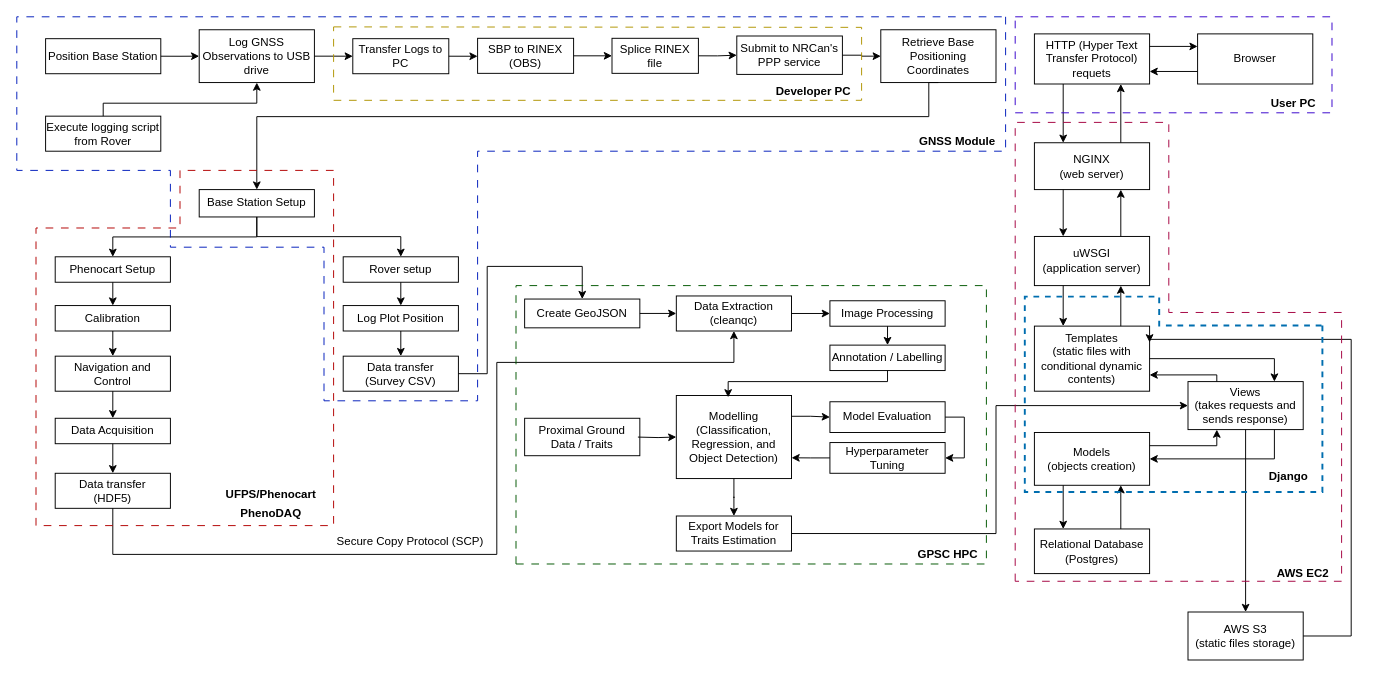
Above: Untitled Diagram.drawio in prabaharravichandran/Workflow (draw.io), before the change. Source tidied: cells renumbered, new cells numbered last; positions are measured from the earlier drawing's top-left corner, leaving out a move shared by most shapes. Both pictures are drawn from the tidied source at 96%, with x=0, y=0 at pixel (16, 16).
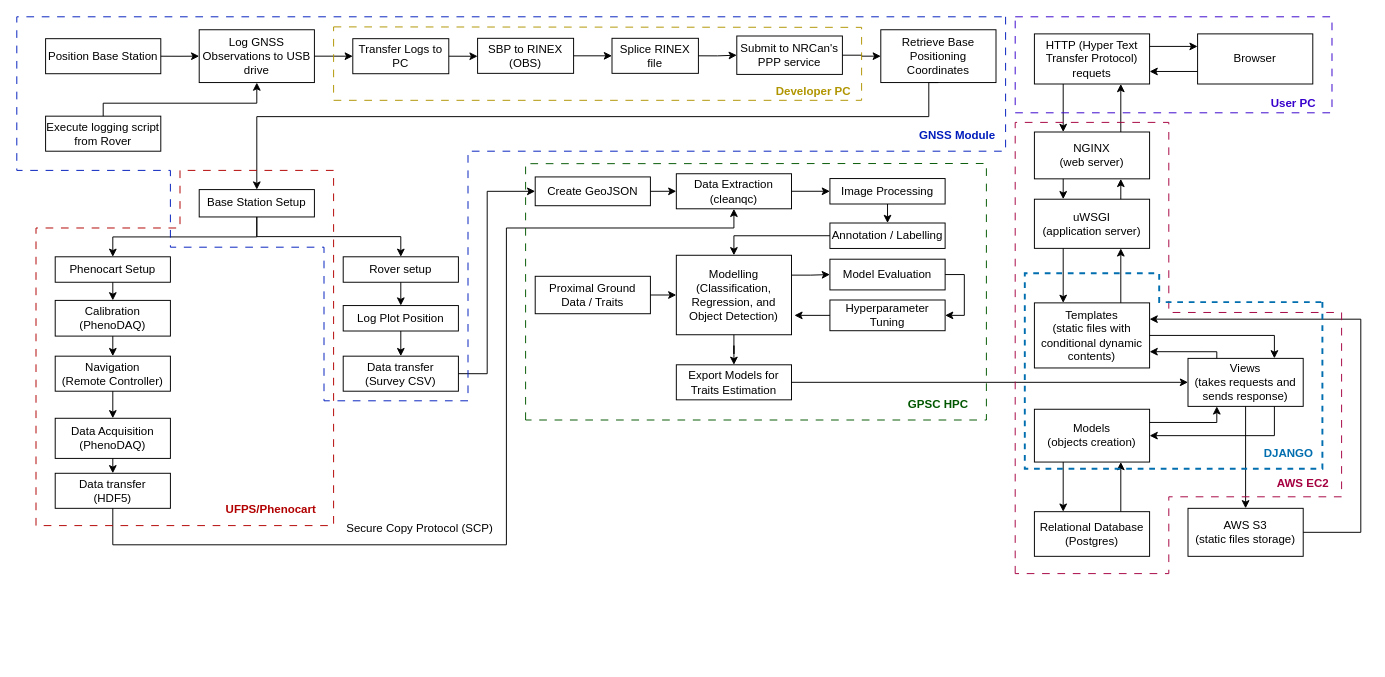
The same diagram, later.

The change refers to these unchanged cells:
```xml
<mxCell id="28" value="Data transfer&lt;br&gt;(HDF5)" style="rounded=0;whiteSpace=wrap;html=1;fillColor=none;" parent="1" vertex="1">
  <mxGeometry x="40" y="475.5" width="120" height="36.5" as="geometry" />
</mxCell>
<mxCell id="34" value="Data transfer &lt;br&gt;(Survey CSV)" style="rounded=0;whiteSpace=wrap;html=1;fillColor=none;" parent="1" vertex="1">
  <mxGeometry x="340" y="353.5" width="120" height="36.5" as="geometry" />
</mxCell>
```

What changed in the source:
```diff
@@
-    <mxCell id="22" value="Calibration" style="rounded=0;whiteSpace=wrap;html=1;fillColor=none;" parent="1" vertex="1">
-      <mxGeometry x="40" y="300.8" width="120" height="26.5" as="geometry" />
+    <mxCell id="22" value="Calibration&lt;br&gt;(PhenoDAQ)" style="rounded=0;whiteSpace=wrap;html=1;fillColor=none;" parent="1" vertex="1">
+      <mxGeometry x="40" y="295.4" width="120" height="37.2" as="geometry" />
     </mxCell>
@@
-    <mxCell id="24" value="Navigation and Control" style="rounded=0;whiteSpace=wrap;html=1;fillColor=none;" parent="1" vertex="1">
+    <mxCell id="24" value="Navigation&lt;br&gt;(Remote Controller)" style="rounded=0;whiteSpace=wrap;html=1;fillColor=none;" parent="1" vertex="1">
       <mxGeometry x="40" y="353.5" width="120" height="36.5" as="geometry" />
     </mxCell>
@@
-    <mxCell id="26" value="Data Acquisition" style="rounded=0;whiteSpace=wrap;html=1;fillColor=none;" parent="1" vertex="1">
-      <mxGeometry x="40" y="418.2" width="120" height="26.5" as="geometry" />
+    <mxCell id="26" value="Data Acquisition&lt;br&gt;(PhenoDAQ)" style="rounded=0;whiteSpace=wrap;html=1;fillColor=none;" parent="1" vertex="1">
+      <mxGeometry x="40" y="418.2" width="120" height="41.8" as="geometry" />
     </mxCell>
-    <mxCell id="27" style="edgeStyle=orthogonalEdgeStyle;rounded=0;jettySize=auto;html=1;exitX=0.5;exitY=1;exitDx=0;exitDy=0;entryX=0.5;entryY=1;entryDx=0;entryDy=0;" parent="1" edge="1" source="28" target="38">
+    <mxCell id="27" style="edgeStyle=orthogonalEdgeStyle;rounded=0;jettySize=auto;html=1;exitX=0.5;exitY=1;exitDx=0;exitDy=0;" parent="1" edge="1" source="28" target="38">
       <mxGeometry relative="1" as="geometry">
         <Array as="points">
-          <mxPoint x="100" y="560" />
-          <mxPoint x="500" y="560" />
-          <mxPoint x="500" y="360" />
-          <mxPoint x="747" y="360" />
+          <mxPoint x="100" y="550" />
+          <mxPoint x="510" y="550" />
+          <mxPoint x="510" y="220" />
+          <mxPoint x="747" y="220" />
         </Array>
       </mxGeometry>
     </mxCell>
@@
-    <mxCell id="33" style="edgeStyle=orthogonalEdgeStyle;rounded=0;jettySize=auto;html=1;exitX=1;exitY=0.5;exitDx=0;exitDy=0;entryX=0.5;entryY=0;entryDx=0;entryDy=0;" parent="1" edge="1" source="34" target="36">
+    <mxCell id="33" style="edgeStyle=orthogonalEdgeStyle;rounded=0;jettySize=auto;html=1;exitX=1;exitY=0.5;exitDx=0;exitDy=0;entryX=0;entryY=0.5;entryDx=0;entryDy=0;" parent="1" edge="1" source="34" target="36">
       <mxGeometry relative="1" as="geometry">
         <Array as="points">
           <mxPoint x="490" y="372" />
-          <mxPoint x="490" y="260" />
-          <mxPoint x="589" y="260" />
+          <mxPoint x="490" y="182" />
         </Array>
       </mxGeometry>
     </mxCell>
@@
     <mxCell id="36" value="Create GeoJSON" style="rounded=0;whiteSpace=wrap;html=1;fillColor=none;" parent="1" vertex="1">
-      <mxGeometry x="529" y="294" width="120" height="30" as="geometry" />
+      <mxGeometry x="540" y="166.8" width="120" height="30" as="geometry" />
     </mxCell>
@@
     <mxCell id="38" value="Data Extraction&lt;br&gt;(cleanqc)" style="rounded=0;whiteSpace=wrap;html=1;fillColor=none;" parent="1" vertex="1">
-      <mxGeometry x="687" y="290.8" width="120" height="36.5" as="geometry" />
+      <mxGeometry x="687" y="163.5" width="120" height="36.5" as="geometry" />
     </mxCell>
@@
     <mxCell id="40" value="Image Processing" style="rounded=0;whiteSpace=wrap;html=1;fillColor=none;" parent="1" vertex="1">
-      <mxGeometry x="847" y="295.8" width="120" height="26.5" as="geometry" />
+      <mxGeometry x="847" y="168.5" width="120" height="26.5" as="geometry" />
     </mxCell>
+    <mxCell id="53" style="edgeStyle=orthogonalEdgeStyle;rounded=0;jettySize=auto;html=1;exitX=0;exitY=0.5;exitDx=0;exitDy=0;entryX=0.5;entryY=0;entryDx=0;entryDy=0;" parent="1" edge="1" source="41" target="44">
+      <mxGeometry relative="1" as="geometry" />
+    </mxCell>
     <mxCell id="41" value="Annotation / Labelling" style="rounded=0;whiteSpace=wrap;html=1;fillColor=none;" parent="1" vertex="1">
-      <mxGeometry x="847" y="342" width="120" height="26.5" as="geometry" />
+      <mxGeometry x="847" y="214.8" width="120" height="26.5" as="geometry" />
     </mxCell>
@@
     <mxCell id="44" value="Modelling (Classification, Regression, and Object Detection)" style="rounded=0;whiteSpace=wrap;html=1;fillColor=none;" parent="1" vertex="1">
-      <mxGeometry x="687" y="394.5" width="120" height="86.5" as="geometry" />
+      <mxGeometry x="687" y="248.4" width="120" height="82.8" as="geometry" />
     </mxCell>
-    <mxCell id="45" style="edgeStyle=orthogonalEdgeStyle;rounded=0;jettySize=auto;html=1;exitX=1;exitY=0.5;exitDx=0;exitDy=0;entryX=0;entryY=0.5;entryDx=0;entryDy=0;" parent="1" edge="1" target="44">
-      <mxGeometry relative="1" as="geometry">
-        <mxPoint x="647" y="437.8" as="sourcePoint" />
-      </mxGeometry>
-    </mxCell>
+    <mxCell id="97" style="edgeStyle=orthogonalEdgeStyle;rounded=0;jettySize=auto;html=1;exitX=1;exitY=0.5;exitDx=0;exitDy=0;entryX=0;entryY=0.5;entryDx=0;entryDy=0;" parent="1" edge="1" source="46" target="44">
+      <mxGeometry relative="1" as="geometry" />
+    </mxCell>
     <mxCell id="46" value="Proximal Ground Data / Traits" style="rounded=0;whiteSpace=wrap;html=1;fillColor=none;" parent="1" vertex="1">
-      <mxGeometry x="529" y="418.2" width="120" height="39" as="geometry" />
+      <mxGeometry x="540" y="270.3" width="120" height="39" as="geometry" />
     </mxCell>
@@
     <mxCell id="48" value="Model Evaluation" style="rounded=0;whiteSpace=wrap;html=1;fillColor=none;" parent="1" vertex="1">
-      <mxGeometry x="847" y="401" width="120" height="32" as="geometry" />
+      <mxGeometry x="847" y="252.5" width="120" height="32" as="geometry" />
     </mxCell>
-    <mxCell id="49" style="edgeStyle=orthogonalEdgeStyle;rounded=0;jettySize=auto;html=1;exitX=1;exitY=0.5;exitDx=0;exitDy=0;entryX=0;entryY=0.5;entryDx=0;entryDy=0;" parent="1" edge="1" source="50" target="66">
+    <mxCell id="49" style="edgeStyle=orthogonalEdgeStyle;rounded=0;jettySize=auto;html=1;exitX=1;exitY=0.5;exitDx=0;exitDy=0;" parent="1" edge="1" source="50" target="66">
       <mxGeometry relative="1" as="geometry">
         <Array as="points">
-          <mxPoint x="1020" y="538" />
-          <mxPoint x="1020" y="405" />
+          <mxPoint x="807" y="381" />
         </Array>
       </mxGeometry>
     </mxCell>
     <mxCell id="50" value="Export Models for Traits Estimation" style="rounded=0;whiteSpace=wrap;html=1;fillColor=none;" parent="1" vertex="1">
-      <mxGeometry x="687" y="520" width="120" height="36.5" as="geometry" />
+      <mxGeometry x="687" y="362.5" width="120" height="36.5" as="geometry" />
     </mxCell>
-    <mxCell id="51" style="edgeStyle=orthogonalEdgeStyle;rounded=0;jettySize=auto;html=1;exitX=0;exitY=0.5;exitDx=0;exitDy=0;entryX=1;entryY=0.75;entryDx=0;entryDy=0;" parent="1" edge="1" source="52" target="44">
-      <mxGeometry relative="1" as="geometry" />
-    </mxCell>
+    <mxCell id="98" style="edgeStyle=orthogonalEdgeStyle;rounded=0;jettySize=auto;html=1;exitX=0;exitY=0.5;exitDx=0;exitDy=0;" parent="1" edge="1" source="52">
+      <mxGeometry relative="1" as="geometry">
+        <mxPoint x="810" y="311.1" as="targetPoint" />
+      </mxGeometry>
+    </mxCell>
     <mxCell id="52" value="Hyperparameter Tuning" style="rounded=0;whiteSpace=wrap;html=1;fillColor=none;" parent="1" vertex="1">
-      <mxGeometry x="847" y="443.5" width="120" height="32" as="geometry" />
+      <mxGeometry x="847" y="295" width="120" height="32" as="geometry" />
     </mxCell>
-    <mxCell id="53" style="edgeStyle=orthogonalEdgeStyle;rounded=0;jettySize=auto;html=1;exitX=0.5;exitY=1;exitDx=0;exitDy=0;entryX=0.45;entryY=0.022;entryDx=0;entryDy=0;entryPerimeter=0;" parent="1" edge="1" source="41" target="44">
-      <mxGeometry relative="1" as="geometry">
-        <Array as="points">
-          <mxPoint x="907" y="380" />
-          <mxPoint x="741" y="380" />
-        </Array>
-      </mxGeometry>
-    </mxCell>
@@
     <mxCell id="59" value="NGINX&lt;br&gt;(web server)" style="rounded=0;whiteSpace=wrap;html=1;fillColor=none;" parent="1" vertex="1">
-      <mxGeometry x="1060" y="131.2" width="120" height="48.8" as="geometry" />
+      <mxGeometry x="1060" y="120" width="120" height="48.8" as="geometry" />
     </mxCell>
@@
     <mxCell id="62" value="uWSGI&lt;br&gt;(application server)" style="rounded=0;whiteSpace=wrap;html=1;fillColor=none;" parent="1" vertex="1">
-      <mxGeometry x="1060" y="228.8" width="120" height="51.2" as="geometry" />
+      <mxGeometry x="1060" y="190" width="120" height="51.2" as="geometry" />
     </mxCell>
@@
     <mxCell id="65" style="edgeStyle=orthogonalEdgeStyle;rounded=0;jettySize=auto;html=1;exitX=0.25;exitY=0;exitDx=0;exitDy=0;entryX=1;entryY=0.75;entryDx=0;entryDy=0;" parent="1" edge="1" source="66" target="72">
       <mxGeometry relative="1" as="geometry">
         <Array as="points">
-          <mxPoint x="1250" y="373" />
+          <mxPoint x="1250" y="348.8" />
         </Array>
       </mxGeometry>
     </mxCell>
     <mxCell id="66" value="Views &lt;br&gt;(takes requests and sends response)" style="rounded=0;whiteSpace=wrap;html=1;fillColor=none;" parent="1" vertex="1">
-      <mxGeometry x="1220" y="380" width="120" height="50" as="geometry" />
+      <mxGeometry x="1220" y="355.8" width="120" height="50" as="geometry" />
     </mxCell>
@@
     <mxCell id="68" style="edgeStyle=orthogonalEdgeStyle;rounded=0;jettySize=auto;html=1;exitX=1;exitY=0.25;exitDx=0;exitDy=0;entryX=0.25;entryY=1;entryDx=0;entryDy=0;" parent="1" edge="1" source="69" target="66">
       <mxGeometry relative="1" as="geometry">
         <Array as="points">
-          <mxPoint x="1250" y="447" />
+          <mxPoint x="1250" y="422.8" />
         </Array>
       </mxGeometry>
     </mxCell>
     <mxCell id="69" value="Models&lt;br&gt;(objects creation)" style="rounded=0;whiteSpace=wrap;html=1;fillColor=none;" parent="1" vertex="1">
-      <mxGeometry x="1060" y="433" width="120" height="55" as="geometry" />
+      <mxGeometry x="1060" y="408.8" width="120" height="55" as="geometry" />
     </mxCell>
@@
     <mxCell id="72" value="Templates&lt;br&gt;(static files with conditional dynamic contents)" style="rounded=0;whiteSpace=wrap;html=1;fillColor=none;" parent="1" vertex="1">
-      <mxGeometry x="1060" y="322.2" width="120" height="67.8" as="geometry" />
+      <mxGeometry x="1060" y="298" width="120" height="67.8" as="geometry" />
     </mxCell>
-    <mxCell id="73" style="edgeStyle=orthogonalEdgeStyle;rounded=0;jettySize=auto;html=1;exitX=1;exitY=0.5;exitDx=0;exitDy=0;entryX=1;entryY=0.25;entryDx=0;entryDy=0;" parent="1" edge="1" source="74" target="72">
+    <mxCell id="73" style="edgeStyle=orthogonalEdgeStyle;rounded=0;jettySize=auto;html=1;entryX=1;entryY=0.25;entryDx=0;entryDy=0;" parent="1" edge="1" source="74" target="72">
       <mxGeometry relative="1" as="geometry">
         <Array as="points">
-          <mxPoint x="1390" y="645" />
-          <mxPoint x="1390" y="336" />
+          <mxPoint x="1400" y="537" />
+          <mxPoint x="1400" y="315" />
         </Array>
       </mxGeometry>
     </mxCell>
     <mxCell id="74" value="AWS S3&lt;br&gt;(static files storage)" style="rounded=0;whiteSpace=wrap;html=1;fillColor=none;" parent="1" vertex="1">
-      <mxGeometry x="1220" y="620" width="120" height="50" as="geometry" />
+      <mxGeometry x="1220" y="512" width="120" height="50" as="geometry" />
     </mxCell>
@@
     <mxCell id="76" style="endArrow=none;dashed=1;html=1;rounded=0;fillColor=#0050ef;strokeColor=#001DBC;dashPattern=8 8;" parent="1" edge="1">
       <mxGeometry relative="1" as="geometry">
         <mxPoint x="1030" as="sourcePoint" />
         <mxPoint x="1030" as="targetPoint" />
         <Array as="points">
           <mxPoint x="1030" y="140" />
-          <mxPoint x="480" y="140" />
-          <mxPoint x="480" y="400" />
+          <mxPoint x="470" y="140" />
+          <mxPoint x="470" y="400" />
           <mxPoint x="320" y="400" />
           <mxPoint x="320" y="240" />
           <mxPoint x="160" y="240" />
           <mxPoint x="160" y="160" />
           <mxPoint y="160" />
           <mxPoint />
         </Array>
       </mxGeometry>
     </mxCell>
     <mxCell id="77" value="Relational Database&lt;br&gt;(Postgres)" style="rounded=0;whiteSpace=wrap;html=1;fillColor=none;" parent="1" vertex="1">
-      <mxGeometry x="1060" y="533.5" width="120" height="46.5" as="geometry" />
+      <mxGeometry x="1060" y="515.5" width="120" height="46.5" as="geometry" />
     </mxCell>
@@
     <mxCell id="79" style="endArrow=none;dashed=1;html=1;rounded=0;fillColor=#008a00;strokeColor=#005700;dashPattern=8 8;" parent="1" edge="1">
       <mxGeometry relative="1" as="geometry">
-        <mxPoint x="520" y="570" as="sourcePoint" />
-        <mxPoint x="520" y="570" as="targetPoint" />
+        <mxPoint x="530" y="420" as="sourcePoint" />
+        <mxPoint x="530" y="420" as="targetPoint" />
         <Array as="points">
-          <mxPoint x="520" y="280" />
-          <mxPoint x="1010" y="280" />
-          <mxPoint x="1010" y="570" />
+          <mxPoint x="530" y="153" />
+          <mxPoint x="1010" y="152.8" />
+          <mxPoint x="1010" y="420" />
         </Array>
       </mxGeometry>
     </mxCell>
     <mxCell id="80" style="endArrow=none;dashed=1;html=1;rounded=0;fillColor=#d80073;strokeColor=#A50040;dashPattern=8 8;strokeWidth=1;" parent="1" edge="1">
       <mxGeometry relative="1" as="geometry">
-        <mxPoint x="1040" y="588" as="sourcePoint" />
-        <mxPoint x="1040" y="588" as="targetPoint" />
+        <mxPoint x="1040" y="580" as="sourcePoint" />
+        <mxPoint x="1040" y="580" as="targetPoint" />
         <Array as="points">
           <mxPoint x="1040" y="110" />
           <mxPoint x="1200" y="110" />
           <mxPoint x="1200" y="308" />
           <mxPoint x="1380" y="308" />
-          <mxPoint x="1380" y="588" />
+          <mxPoint x="1380" y="500" />
+          <mxPoint x="1200" y="500" />
+          <mxPoint x="1200" y="580" />
         </Array>
       </mxGeometry>
     </mxCell>
-    <mxCell id="81" value="&lt;b&gt;GNSS Module&lt;/b&gt;" style="text;html=1;strokeColor=none;fillColor=none;align=center;verticalAlign=middle;whiteSpace=wrap;rounded=0;" parent="1" vertex="1">
-      <mxGeometry x="930" y="120" width="100" height="20" as="geometry" />
+    <mxCell id="81" value="&lt;b&gt;&lt;font color=&quot;#001dbc&quot;&gt;GNSS Module&lt;/font&gt;&lt;/b&gt;" style="text;html=1;strokeColor=none;fillColor=none;align=center;verticalAlign=middle;whiteSpace=wrap;rounded=0;" parent="1" vertex="1">
+      <mxGeometry x="930" y="114" width="100" height="20" as="geometry" />
     </mxCell>
-    <mxCell id="82" value="&lt;b&gt;UFPS/Phenocart&lt;/b&gt;" style="text;html=1;strokeColor=none;fillColor=none;align=center;verticalAlign=middle;whiteSpace=wrap;rounded=0;" parent="1" vertex="1">
-      <mxGeometry x="220" y="488" width="90" height="20" as="geometry" />
+    <mxCell id="82" value="&lt;b&gt;UFPS/Phenocart&lt;/b&gt;" style="text;html=1;strokeColor=none;fillColor=none;align=center;verticalAlign=middle;whiteSpace=wrap;rounded=0;fontColor=#B20000;" parent="1" vertex="1">
+      <mxGeometry x="220" y="502.5" width="90" height="20" as="geometry" />
     </mxCell>
-    <mxCell id="83" value="&lt;b&gt;GPSC HPC&lt;/b&gt;" style="text;html=1;strokeColor=none;fillColor=none;align=center;verticalAlign=middle;whiteSpace=wrap;rounded=0;" parent="1" vertex="1">
-      <mxGeometry x="930" y="550" width="80" height="20" as="geometry" />
+    <mxCell id="83" value="&lt;b&gt;&lt;font color=&quot;#005700&quot;&gt;GPSC HPC&lt;/font&gt;&lt;/b&gt;" style="text;html=1;strokeColor=none;fillColor=none;align=center;verticalAlign=middle;whiteSpace=wrap;rounded=0;" parent="1" vertex="1">
+      <mxGeometry x="910" y="394" width="100" height="20" as="geometry" />
     </mxCell>
-    <mxCell id="84" value="&lt;b&gt;AWS EC2&lt;/b&gt;" style="text;html=1;strokeColor=none;fillColor=none;align=center;verticalAlign=middle;whiteSpace=wrap;rounded=0;" parent="1" vertex="1">
-      <mxGeometry x="1300" y="570" width="80" height="20" as="geometry" />
+    <mxCell id="84" value="&lt;b&gt;AWS EC2&lt;/b&gt;" style="text;html=1;strokeColor=none;fillColor=none;align=center;verticalAlign=middle;whiteSpace=wrap;rounded=0;fontColor=#A50040;" parent="1" vertex="1">
+      <mxGeometry x="1300" y="475.5" width="80" height="20" as="geometry" />
     </mxCell>
-    <mxCell id="85" value="&lt;b&gt;PhenoDAQ&lt;/b&gt;" style="text;html=1;strokeColor=none;fillColor=none;align=center;verticalAlign=middle;whiteSpace=wrap;rounded=0;" parent="1" vertex="1">
-      <mxGeometry x="210" y="508" width="110" height="20" as="geometry" />
-    </mxCell>
     <mxCell id="86" style="endArrow=none;html=1;strokeWidth=2;rounded=0;fillColor=#1ba1e2;strokeColor=#006EAF;dashed=1;" parent="1" edge="1">
       <mxGeometry relative="1" as="geometry">
-        <mxPoint x="1360" y="321.5" as="sourcePoint" />
-        <mxPoint x="1360" y="321.5" as="targetPoint" />
+        <mxPoint x="1360" y="297.2" as="sourcePoint" />
+        <mxPoint x="1360" y="297.2" as="targetPoint" />
         <Array as="points">
-          <mxPoint x="1360" y="495" />
-          <mxPoint x="1050" y="495" />
-          <mxPoint x="1050" y="291.5" />
-          <mxPoint x="1190" y="291.5" />
-          <mxPoint x="1190" y="321.5" />
+          <mxPoint x="1360" y="470.8" />
+          <mxPoint x="1050" y="470.8" />
+          <mxPoint x="1050" y="267.2" />
+          <mxPoint x="1190" y="267.2" />
+          <mxPoint x="1190" y="297.2" />
         </Array>
       </mxGeometry>
     </mxCell>
-    <mxCell id="87" value="&lt;b&gt;Django&lt;/b&gt;" style="text;html=1;strokeColor=none;fillColor=none;align=center;verticalAlign=middle;whiteSpace=wrap;rounded=0;" parent="1" vertex="1">
-      <mxGeometry x="1290" y="464" width="70" height="30" as="geometry" />
+    <mxCell id="87" value="&lt;b&gt;DJANGO&lt;/b&gt;" style="text;html=1;strokeColor=none;fillColor=none;align=center;verticalAlign=middle;whiteSpace=wrap;rounded=0;fontColor=#006EAF;" parent="1" vertex="1">
+      <mxGeometry x="1290" y="439.8" width="70" height="30" as="geometry" />
     </mxCell>
@@
-    <mxCell id="91" value="&lt;b&gt;User PC&lt;/b&gt;" style="text;html=1;strokeColor=none;fillColor=none;align=center;verticalAlign=middle;whiteSpace=wrap;rounded=0;" parent="1" vertex="1">
+    <mxCell id="91" value="&lt;b&gt;User PC&lt;/b&gt;" style="text;html=1;strokeColor=none;fillColor=none;align=center;verticalAlign=middle;whiteSpace=wrap;rounded=0;fontColor=#3700CC;" parent="1" vertex="1">
       <mxGeometry x="1290" y="80" width="80" height="20" as="geometry" />
     </mxCell>
@@
-    <mxCell id="95" value="&lt;b&gt;Developer PC&lt;/b&gt;" style="text;html=1;strokeColor=none;fillColor=none;align=center;verticalAlign=middle;whiteSpace=wrap;rounded=0;" parent="1" vertex="1">
+    <mxCell id="95" value="&lt;b&gt;Developer PC&lt;/b&gt;" style="text;html=1;strokeColor=none;fillColor=none;align=center;verticalAlign=middle;whiteSpace=wrap;rounded=0;fontColor=#B09500;" parent="1" vertex="1">
       <mxGeometry x="780" y="68" width="100" height="20" as="geometry" />
     </mxCell>
     <mxCell id="96" value="Secure Copy Protocol (SCP)" style="text;html=1;strokeColor=none;fillColor=none;align=center;verticalAlign=middle;whiteSpace=wrap;rounded=0;" parent="1" vertex="1">
-      <mxGeometry x="320" y="536.5" width="180" height="20" as="geometry" />
+      <mxGeometry x="330" y="522.5" width="180" height="20" as="geometry" />
     </mxCell>
```
